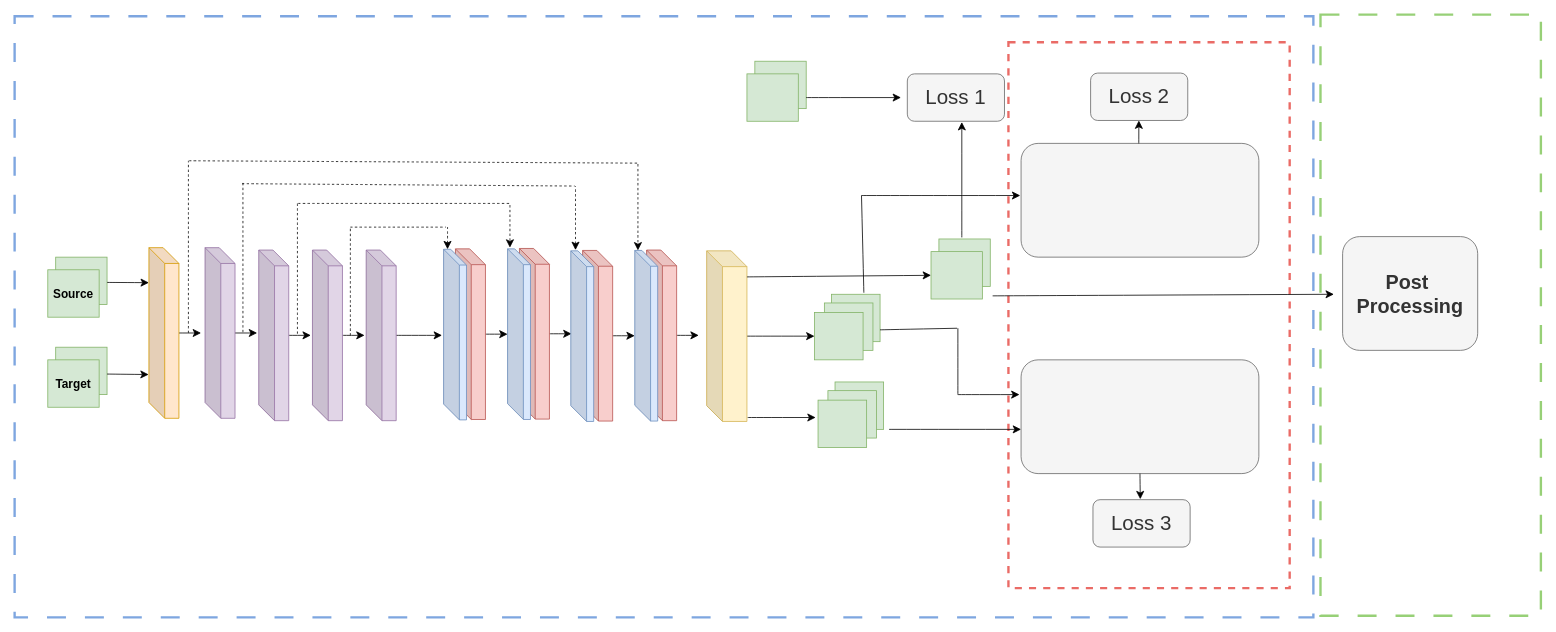
Earlier version of the draw.io diagram Spatina Net.drawio (Yingda-Yu/Spartina-Earth). Source tidied: cells renumbered, new cells numbered last; positions are measured from the earlier drawing's top-left corner, leaving out a move shared by most shapes. Both pictures are drawn from the tidied source at 79%, with x=0, y=0 at pixel (14, 14).
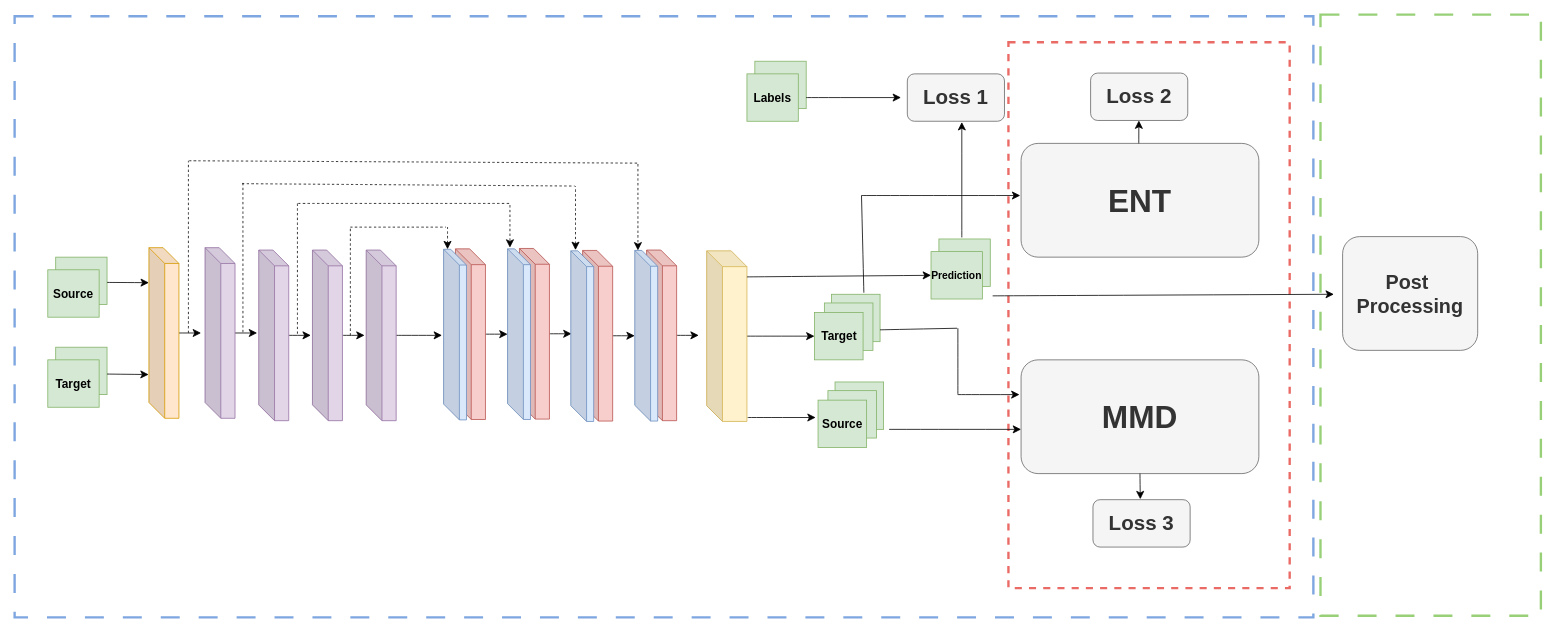
The same page after the edit.

What changed in the source:
```diff
@@
-    <mxCell id="32" style="whiteSpace=wrap;html=1;fillColor=#d5e8d4;strokeColor=#82b366;" parent="1" vertex="1">
+    <mxCell id="32" value="&lt;b style=&quot;font-size: 15px;&quot;&gt;Target&lt;/b&gt;" style="whiteSpace=wrap;html=1;fillColor=#d5e8d4;strokeColor=#82b366;" parent="1" vertex="1">
       <mxGeometry x="1012.5" y="377" width="61.5" height="60" as="geometry" />
     </mxCell>
@@
-    <mxCell id="35" style="whiteSpace=wrap;html=1;fillColor=#d5e8d4;strokeColor=#82b366;" parent="1" vertex="1">
+    <mxCell id="35" value="&lt;b style=&quot;font-size: 15px;&quot;&gt;Source&lt;/b&gt;" style="whiteSpace=wrap;html=1;fillColor=#d5e8d4;strokeColor=#82b366;" parent="1" vertex="1">
       <mxGeometry x="1017" y="488" width="61.5" height="60" as="geometry" />
     </mxCell>
@@
-    <mxCell id="37" style="rounded=1;whiteSpace=wrap;html=1;fillColor=#f5f5f5;fontColor=#333333;strokeColor=#666666;" parent="1" vertex="1">
+    <mxCell id="37" value="&lt;b style=&quot;font-size: 40px;&quot;&gt;ENT&lt;/b&gt;" style="rounded=1;whiteSpace=wrap;html=1;fillColor=#f5f5f5;fontColor=#333333;strokeColor=#666666;" parent="1" vertex="1">
       <mxGeometry x="1274" y="163" width="301" height="144" as="geometry" />
     </mxCell>
-    <mxCell id="38" style="rounded=1;whiteSpace=wrap;html=1;fillColor=#f5f5f5;fontColor=#333333;strokeColor=#666666;" parent="1" vertex="1">
+    <mxCell id="38" value="&lt;font style=&quot;font-size: 40px;&quot;&gt;&lt;b&gt;MMD&lt;/b&gt;&lt;/font&gt;" style="rounded=1;whiteSpace=wrap;html=1;fillColor=#f5f5f5;fontColor=#333333;strokeColor=#666666;" parent="1" vertex="1">
       <mxGeometry x="1274" y="437" width="301" height="144" as="geometry" />
     </mxCell>
@@
-    <mxCell id="45" style="rounded=0;whiteSpace=wrap;html=1;fillColor=#d5e8d4;strokeColor=#82b366;" parent="1" vertex="1">
+    <mxCell id="45" value="&lt;b&gt;&lt;font style=&quot;font-size: 15px;&quot;&gt;Labels&lt;/font&gt;&lt;/b&gt;" style="rounded=0;whiteSpace=wrap;html=1;fillColor=#d5e8d4;strokeColor=#82b366;" parent="1" vertex="1">
       <mxGeometry x="927" y="75" width="65" height="60" as="geometry" />
     </mxCell>
@@
-    <mxCell id="47" style="rounded=0;whiteSpace=wrap;html=1;fillColor=#d5e8d4;strokeColor=#82b366;" parent="1" vertex="1">
+    <mxCell id="47" value="&lt;b&gt;&lt;font style=&quot;font-size: 13px;&quot;&gt;Prediction&lt;/font&gt;&lt;/b&gt;" style="rounded=0;whiteSpace=wrap;html=1;fillColor=#d5e8d4;strokeColor=#82b366;" parent="1" vertex="1">
       <mxGeometry x="1160" y="300" width="65" height="60" as="geometry" />
     </mxCell>
@@
-    <mxCell id="55" value="&lt;font style=&quot;font-size: 26px;&quot;&gt;Loss 1&lt;/font&gt;" style="rounded=1;whiteSpace=wrap;html=1;fillColor=#f5f5f5;fontColor=#333333;strokeColor=#666666;" parent="1" vertex="1">
+    <mxCell id="55" value="&lt;font style=&quot;font-size: 26px;&quot;&gt;&lt;b&gt;Loss 1&lt;/b&gt;&lt;/font&gt;" style="rounded=1;whiteSpace=wrap;html=1;fillColor=#f5f5f5;fontColor=#333333;strokeColor=#666666;" parent="1" vertex="1">
       <mxGeometry x="1130" y="75" width="123" height="60" as="geometry" />
     </mxCell>
@@
-    <mxCell id="76" value="&lt;span style=&quot;font-size: 26px;&quot;&gt;Loss 2&lt;/span&gt;" style="rounded=1;whiteSpace=wrap;html=1;fillColor=#f5f5f5;fontColor=#333333;strokeColor=#666666;" parent="1" vertex="1">
+    <mxCell id="76" value="&lt;span style=&quot;font-size: 26px;&quot;&gt;&lt;b&gt;Loss 2&lt;/b&gt;&lt;/span&gt;" style="rounded=1;whiteSpace=wrap;html=1;fillColor=#f5f5f5;fontColor=#333333;strokeColor=#666666;" parent="1" vertex="1">
       <mxGeometry x="1362" y="74" width="123" height="60" as="geometry" />
     </mxCell>
-    <mxCell id="77" value="&lt;span style=&quot;font-size: 26px;&quot;&gt;Loss 3&lt;/span&gt;" style="rounded=1;whiteSpace=wrap;html=1;fillColor=#f5f5f5;fontColor=#333333;strokeColor=#666666;" parent="1" vertex="1">
+    <mxCell id="77" value="&lt;span style=&quot;font-size: 26px;&quot;&gt;&lt;b&gt;Loss 3&lt;/b&gt;&lt;/span&gt;" style="rounded=1;whiteSpace=wrap;html=1;fillColor=#f5f5f5;fontColor=#333333;strokeColor=#666666;" parent="1" vertex="1">
       <mxGeometry x="1365" y="614" width="123" height="60" as="geometry" />
     </mxCell>
```
